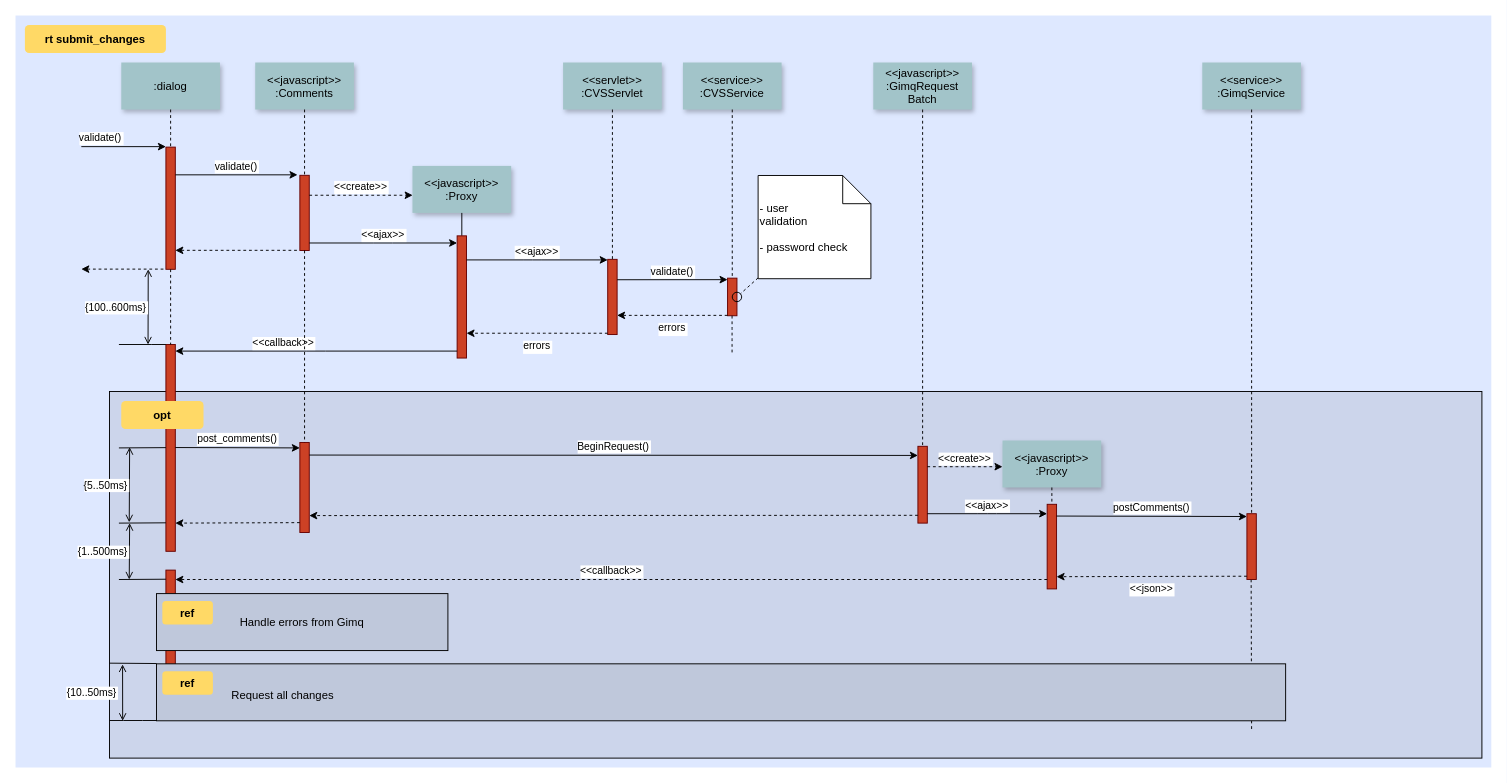
Above: Untitled Diagram.drawio in lichongbing/gitbooks (draw.io), before the change. Source tidied: cells renumbered, new cells numbered last; positions are measured from the earlier drawing's top-left corner, leaving out a move shared by most shapes. Both pictures are drawn from the tidied source at 94%, with x=0, y=0 at pixel (15, 15).
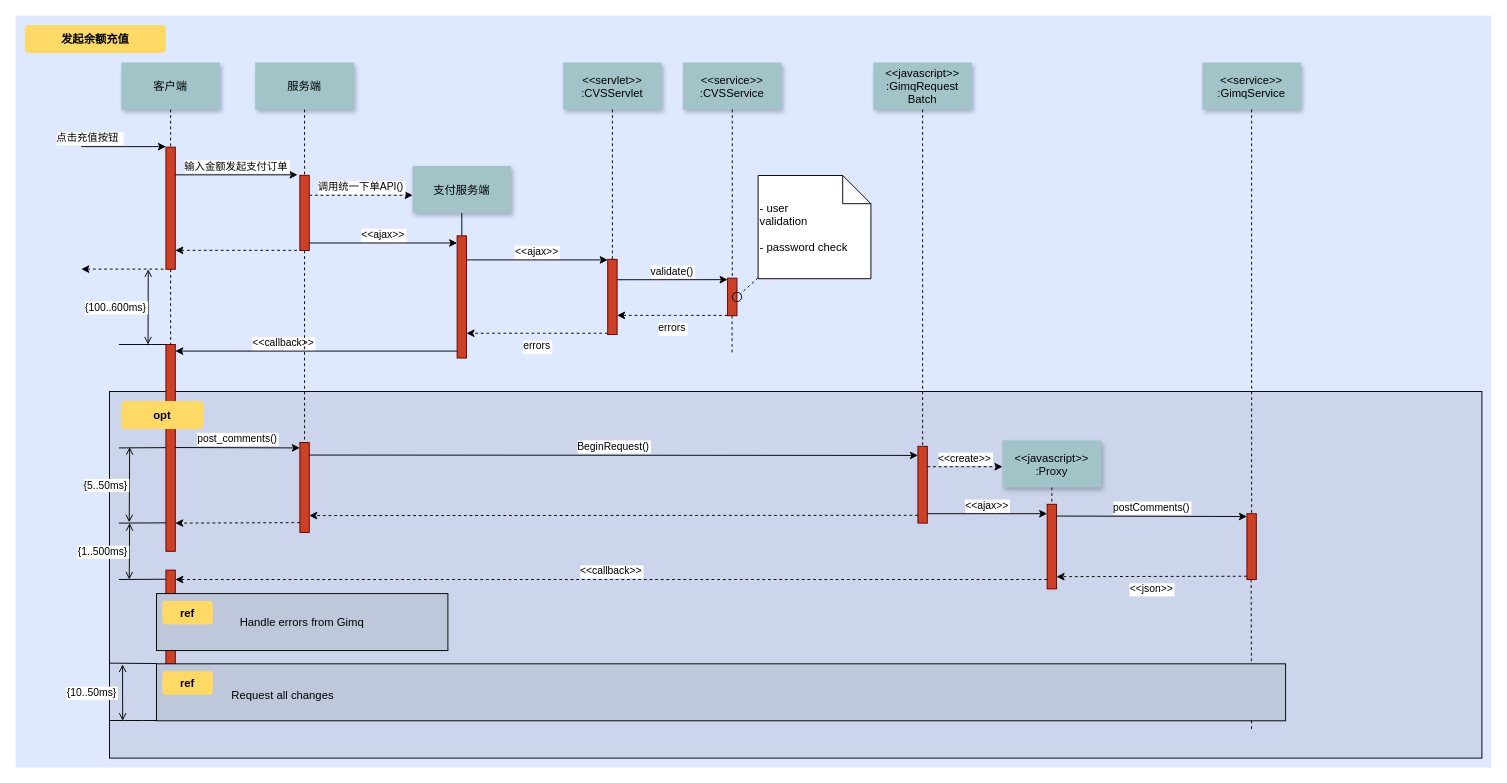
After the change.

Change to the diagram source:
```diff
@@
-    <mxCell id="6" value="validate()" style="edgeStyle=none;verticalLabelPosition=top;verticalAlign=bottom;labelPosition=left;align=right;" parent="1" edge="1">
+    <mxCell id="6" value="点击充值按钮 " style="edgeStyle=none;verticalLabelPosition=top;verticalAlign=bottom;labelPosition=left;align=right;" parent="1" edge="1">
       <mxGeometry x="110" y="49.5" as="geometry">
         <mxPoint x="70" y="139.5" as="sourcePoint" />
         <mxPoint x="160" y="139.5" as="targetPoint" />
       </mxGeometry>
     </mxCell>
-    <mxCell id="7" value=":dialog" style="shadow=1;fillColor=#A2C4C9;strokeColor=none;" parent="1" vertex="1">
+    <mxCell id="7" value="客户端" style="shadow=1;fillColor=#A2C4C9;strokeColor=none;" parent="1" vertex="1">
       <mxGeometry x="112.5" y="50" width="105" height="50" as="geometry" />
     </mxCell>
@@
-    <mxCell id="9" value="&lt;&lt;javascript&gt;&gt;&#10;:Comments" style="shadow=1;fillColor=#A2C4C9;strokeColor=none;" parent="1" vertex="1">
+    <mxCell id="9" value="服务端" style="shadow=1;fillColor=#A2C4C9;strokeColor=none;" parent="1" vertex="1">
       <mxGeometry x="255" y="50" width="105" height="50" as="geometry" />
     </mxCell>
@@
-    <mxCell id="11" value="validate()" style="edgeStyle=none;verticalLabelPosition=top;verticalAlign=bottom;" parent="1" edge="1">
+    <mxCell id="11" value="输入金额发起支付订单" style="edgeStyle=none;verticalLabelPosition=top;verticalAlign=bottom;" parent="1" edge="1">
       <mxGeometry x="220" y="92" as="geometry">
         <mxPoint x="170" y="169.5" as="sourcePoint" />
         <mxPoint x="300" y="169.5" as="targetPoint" />
       </mxGeometry>
     </mxCell>
@@
-    <mxCell id="14" value="&lt;&lt;create&gt;&gt;" style="edgeStyle=none;verticalLabelPosition=top;verticalAlign=bottom;dashed=1;" parent="1" edge="1">
+    <mxCell id="14" value="调用统一下单API()" style="edgeStyle=none;verticalLabelPosition=top;verticalAlign=bottom;dashed=1;" parent="1" edge="1">
       <mxGeometry x="385.5" y="113.9" as="geometry">
         <mxPoint x="312.5" y="191.2" as="sourcePoint" />
         <mxPoint x="422.5" y="191.2" as="targetPoint" />
       </mxGeometry>
     </mxCell>
-    <mxCell id="15" value="&lt;&lt;javascript&gt;&gt;&#10;:Proxy" style="shadow=1;fillColor=#A2C4C9;strokeColor=none;" parent="1" vertex="1">
+    <mxCell id="15" value="支付服务端" style="shadow=1;fillColor=#A2C4C9;strokeColor=none;" parent="1" vertex="1">
       <mxGeometry x="422.3" y="160" width="105" height="50" as="geometry" />
     </mxCell>
@@
-    <mxCell id="60" value="rt submit_changes" style="rounded=1;fontStyle=1;fillColor=#FFD966;strokeColor=none;" parent="1" vertex="1">
+    <mxCell id="60" value="发起余额充值" style="rounded=1;fontStyle=1;fillColor=#FFD966;strokeColor=none;" parent="1" vertex="1">
       <mxGeometry x="10" y="10" width="150" height="30" as="geometry" />
     </mxCell>
```
